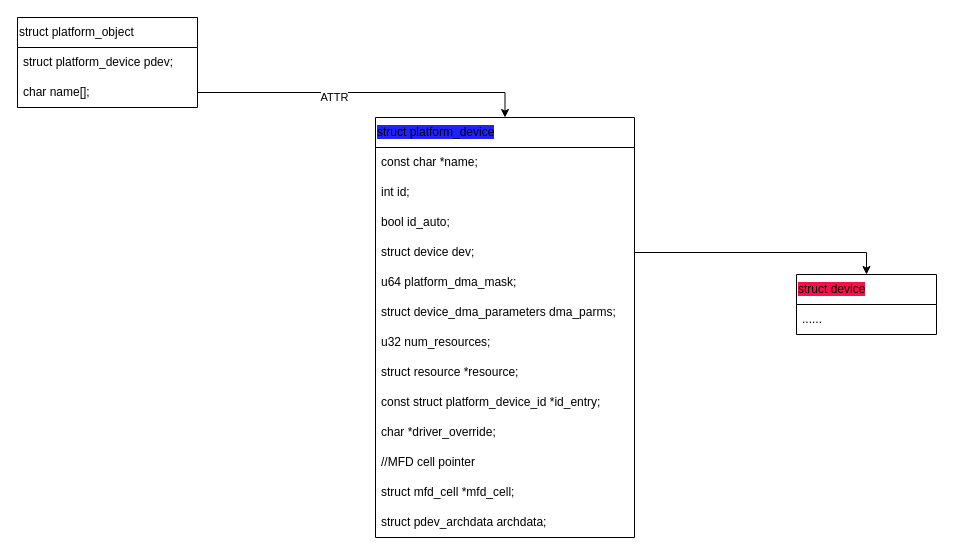
The draw.io diagram uart/platform-dev&driver.drawio in ktinkone/draw-io-works, before the edit. Source tidied: cells renumbered, new cells numbered last; positions are measured from the earlier drawing's top-left corner, leaving out a move shared by most shapes. Both pictures are drawn from the tidied source at 100%, with x=0, y=0 at pixel (17, 17).
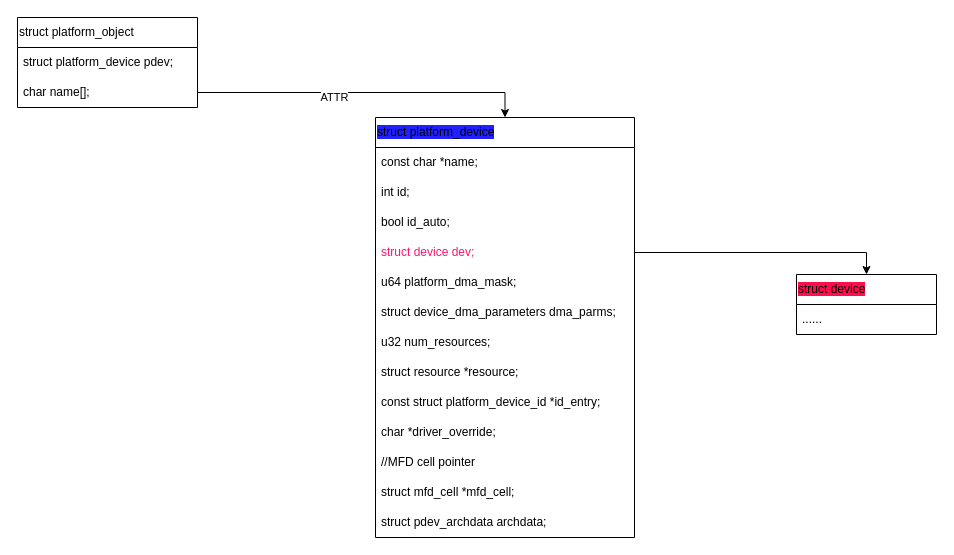
The same page after the edit.

Unchanged cells that the change refers to:
```xml
<mxCell id="5" value="&lt;span style=&quot;background-color: rgb(33, 33, 255);&quot;&gt;struct platform_device&lt;/span&gt;" style="swimlane;fontStyle=0;horizontal=1;startSize=30;whiteSpace=wrap;html=1;align=left;" parent="1" vertex="1">
  <mxGeometry x="358" y="100" width="259" height="420" as="geometry" />
</mxCell>
```

What changed in the source:
```diff
@@
-    <mxCell id="9" value="struct device dev;" style="text;strokeColor=none;fillColor=none;align=left;verticalAlign=middle;spacingLeft=4;spacingRight=4;overflow=hidden;points=[[0,0.5],[1,0.5]];portConstraint=eastwest;whiteSpace=wrap;html=1;" parent="5" vertex="1">
+    <mxCell id="9" value="&lt;font color=&quot;#ff146a&quot;&gt;struct device dev;&lt;/font&gt;" style="text;strokeColor=none;fillColor=none;align=left;verticalAlign=middle;spacingLeft=4;spacingRight=4;overflow=hidden;points=[[0,0.5],[1,0.5]];portConstraint=eastwest;whiteSpace=wrap;html=1;" parent="5" vertex="1">
       <mxGeometry y="120" width="259" height="30" as="geometry" />
     </mxCell>
```
